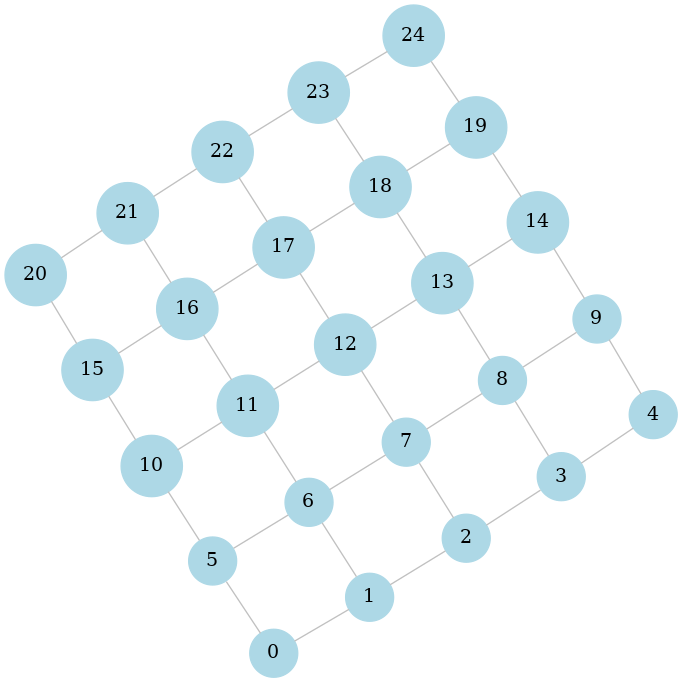
Before: figs/lattice2DGraph.png, a diagram exported from Graphviz (fieldofnodes/MBQC). Its source is kept beside it as figs/lattice2DGraph.dot.
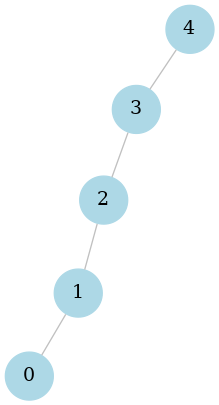
After the commit.

Commit message:
Added some updated to MBQC lattice

Diff of the diagram source:
```diff
@@ -4,64 +4,8 @@
 2;
 3;
 4;
-5;
-6;
-7;
-8;
-9;
-10;
-11;
-12;
-13;
-14;
-15;
-16;
-17;
-18;
-19;
-20;
-21;
-22;
-23;
-24;
 0--1 ;
-0--5 ;
 1--2 ;
-1--6 ;
 2--3 ;
-2--7 ;
 3--4 ;
-3--8 ;
-4--9 ;
-5--6 ;
-5--10 ;
-6--7 ;
-6--11 ;
-7--8 ;
-7--12 ;
-8--9 ;
-8--13 ;
-9--14 ;
-10--11 ;
-10--15 ;
-11--12 ;
-11--16 ;
-12--13 ;
-12--17 ;
-13--14 ;
-13--18 ;
-14--19 ;
-15--16 ;
-15--20 ;
-16--17 ;
-16--21 ;
-17--18 ;
-17--22 ;
-18--19 ;
-18--23 ;
-19--24 ;
-20--21 ;
-21--22 ;
-22--23 ;
-23--24 ;
 }
```
